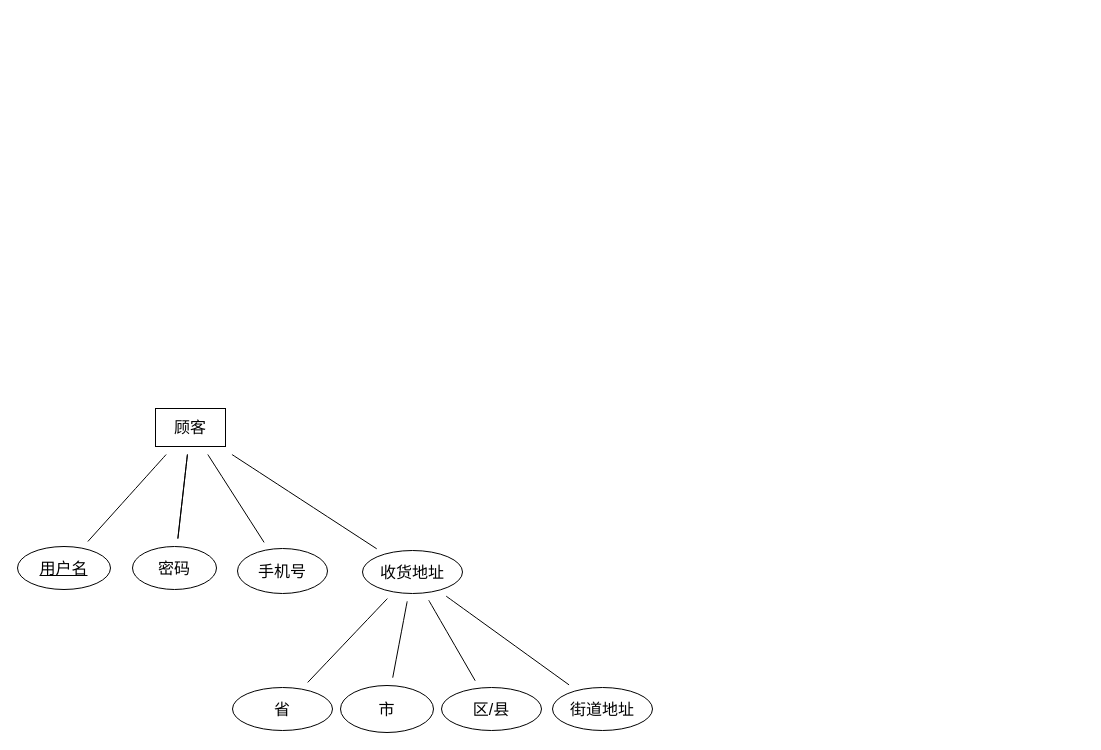
guokaichina/database-ER keeps this draw.io diagram as database-ER.drawio. Above is the earlier version. Source tidied: cells renumbered, new cells numbered last; positions are measured from the earlier drawing's top-left corner, leaving out a move shared by most shapes. Both pictures are drawn from the tidied source at 100%, with x=0, y=0 at pixel (17, 408).
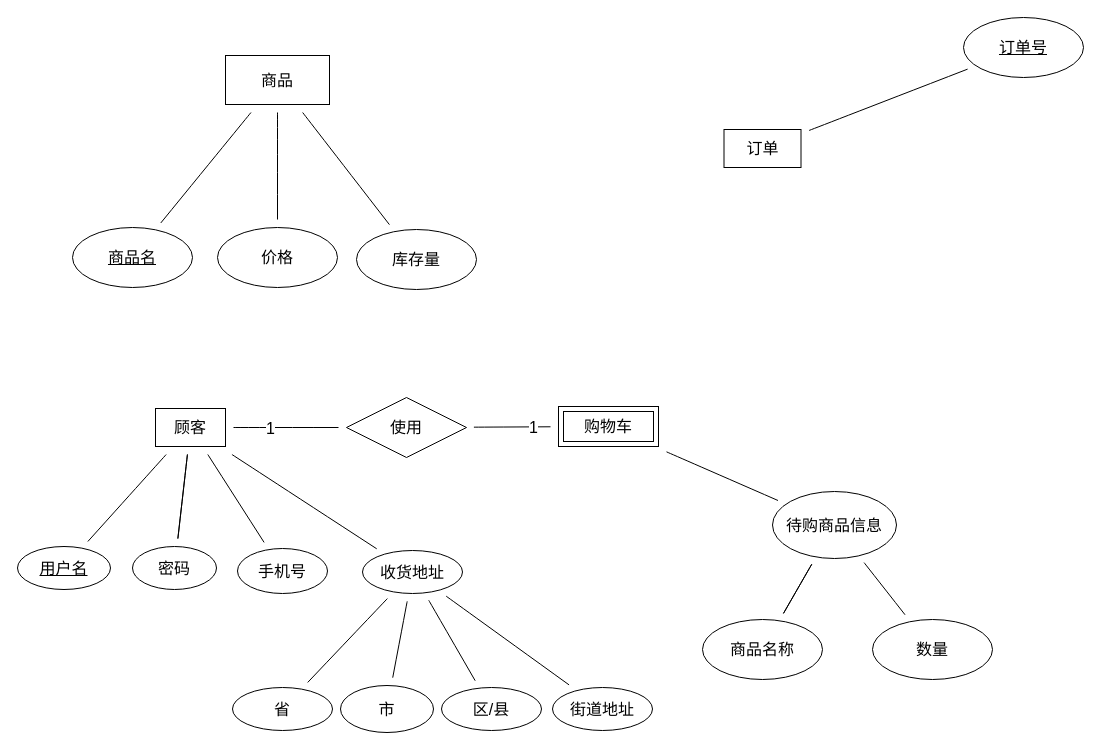
Above is the later version.

Unchanged cells that the change refers to:
```xml
<mxCell id="6" value="&lt;font style=&quot;font-size: 16px;&quot;&gt;顾客&lt;/font&gt;" style="rounded=0;whiteSpace=wrap;html=1;" parent="1" vertex="1">
  <mxGeometry x="138" width="70" height="38" as="geometry" />
</mxCell>
```

What changed in the source:
```diff
@@
+    <mxCell id="20" style="edgeStyle=none;curved=1;rounded=0;jettySize=auto;html=1;fontSize=16;endArrow=none;endFill=0;startSize=14;endSize=14;sourcePerimeterSpacing=8;targetPerimeterSpacing=8;" parent="1" edge="1" source="6" target="39">
+      <mxGeometry relative="1" as="geometry" />
+    </mxCell>
+    <mxCell id="21" value="1" style="edgeLabel;html=1;align=center;verticalAlign=middle;fontSize=16;" parent="20" vertex="1">
+      <mxGeometry x="-0.31" relative="1" as="geometry" />
+    </mxCell>
@@
+    <mxCell id="22" style="edgeStyle=none;curved=1;rounded=0;jettySize=auto;html=1;fontSize=16;endArrow=none;endFill=0;startSize=14;endSize=14;sourcePerimeterSpacing=8;targetPerimeterSpacing=8;" parent="1" edge="1" source="36" target="26">
+      <mxGeometry relative="1" as="geometry" />
+    </mxCell>
+    <mxCell id="23" style="edgeStyle=none;curved=1;rounded=0;jettySize=auto;html=1;fontSize=16;endArrow=none;endFill=0;startSize=14;endSize=14;sourcePerimeterSpacing=8;targetPerimeterSpacing=8;" parent="1" edge="1" source="26" target="32">
+      <mxGeometry relative="1" as="geometry" />
+    </mxCell>
+    <mxCell id="24" style="edgeStyle=none;curved=1;rounded=0;jettySize=auto;html=1;fontSize=16;endArrow=none;endFill=0;startSize=14;endSize=14;sourcePerimeterSpacing=8;targetPerimeterSpacing=8;" parent="1" edge="1" source="26" target="32">
+      <mxGeometry relative="1" as="geometry" />
+    </mxCell>
+    <mxCell id="25" style="edgeStyle=none;curved=1;rounded=0;jettySize=auto;html=1;fontSize=16;endArrow=none;endFill=0;startSize=14;endSize=14;sourcePerimeterSpacing=8;targetPerimeterSpacing=8;" parent="1" edge="1" source="26" target="33">
+      <mxGeometry relative="1" as="geometry" />
+    </mxCell>
+    <mxCell id="26" value="待购商品信息" style="ellipse;whiteSpace=wrap;html=1;fontSize=16;" parent="1" vertex="1">
+      <mxGeometry x="755" y="83" width="124" height="67" as="geometry" />
+    </mxCell>
+    <mxCell id="27" style="edgeStyle=none;curved=1;rounded=0;jettySize=auto;html=1;fontSize=16;endArrow=none;endFill=0;startSize=14;endSize=14;sourcePerimeterSpacing=8;targetPerimeterSpacing=8;" parent="1" edge="1" source="30" target="31">
+      <mxGeometry relative="1" as="geometry" />
+    </mxCell>
+    <mxCell id="28" style="edgeStyle=none;curved=1;rounded=0;jettySize=auto;html=1;fontSize=16;endArrow=none;endFill=0;startSize=14;endSize=14;sourcePerimeterSpacing=8;targetPerimeterSpacing=8;" parent="1" edge="1" source="30" target="34">
+      <mxGeometry relative="1" as="geometry" />
+    </mxCell>
+    <mxCell id="29" style="edgeStyle=none;curved=1;rounded=0;jettySize=auto;html=1;fontSize=16;endArrow=none;endFill=0;startSize=14;endSize=14;sourcePerimeterSpacing=8;targetPerimeterSpacing=8;" parent="1" edge="1" source="30" target="35">
+      <mxGeometry relative="1" as="geometry" />
+    </mxCell>
+    <mxCell id="30" value="商品" style="rounded=0;whiteSpace=wrap;html=1;fontSize=16;" parent="1" vertex="1">
+      <mxGeometry x="208" y="-353" width="104" height="49" as="geometry" />
+    </mxCell>
+    <mxCell id="31" value="商品名" style="ellipse;whiteSpace=wrap;html=1;fontSize=16;fontStyle=4;" parent="1" vertex="1">
+      <mxGeometry x="55" y="-181" width="120" height="60" as="geometry" />
+    </mxCell>
+    <mxCell id="32" value="商品名称" style="ellipse;whiteSpace=wrap;html=1;fontSize=16;" parent="1" vertex="1">
+      <mxGeometry x="685" y="211" width="120" height="60" as="geometry" />
+    </mxCell>
+    <mxCell id="33" value="数量" style="ellipse;whiteSpace=wrap;html=1;fontSize=16;" parent="1" vertex="1">
+      <mxGeometry x="855" y="211" width="120" height="60" as="geometry" />
+    </mxCell>
+    <mxCell id="34" value="价格" style="ellipse;whiteSpace=wrap;html=1;fontSize=16;" parent="1" vertex="1">
+      <mxGeometry x="200" y="-181" width="120" height="60" as="geometry" />
+    </mxCell>
+    <mxCell id="35" value="库存量" style="ellipse;whiteSpace=wrap;html=1;fontSize=16;" parent="1" vertex="1">
+      <mxGeometry x="339" y="-179" width="120" height="60" as="geometry" />
+    </mxCell>
+    <mxCell id="36" value="购物车" style="shape=ext;margin=3;double=1;whiteSpace=wrap;html=1;align=center;fontSize=16;fillColor=#FFFFFF;" parent="1" vertex="1">
+      <mxGeometry x="541" y="-2" width="100" height="40" as="geometry" />
+    </mxCell>
+    <mxCell id="37" style="edgeStyle=none;curved=1;rounded=0;jettySize=auto;html=1;fontSize=16;endArrow=none;endFill=0;startSize=14;endSize=14;sourcePerimeterSpacing=8;targetPerimeterSpacing=8;" parent="1" edge="1" source="39" target="36">
+      <mxGeometry relative="1" as="geometry" />
+    </mxCell>
+    <mxCell id="38" value="1" style="edgeLabel;html=1;align=center;verticalAlign=middle;fontSize=16;" parent="37" vertex="1">
+      <mxGeometry x="0.53" relative="1" as="geometry" />
+    </mxCell>
+    <mxCell id="39" value="使用" style="shape=rhombus;perimeter=rhombusPerimeter;whiteSpace=wrap;html=1;align=center;fontSize=16;fillColor=#FFFFFF;" parent="1" vertex="1">
+      <mxGeometry x="329" y="-11" width="120" height="60" as="geometry" />
+    </mxCell>
+    <mxCell id="40" style="edgeStyle=none;curved=1;rounded=0;jettySize=auto;html=1;fontSize=16;endArrow=none;endFill=0;startSize=14;endSize=14;sourcePerimeterSpacing=8;targetPerimeterSpacing=8;" parent="1" edge="1" source="41" target="42">
+      <mxGeometry relative="1" as="geometry" />
+    </mxCell>
+    <mxCell id="41" value="订单" style="rounded=0;whiteSpace=wrap;html=1;fontSize=16;fillColor=#FFFFFF;" parent="1" vertex="1">
+      <mxGeometry x="706.5" y="-279" width="77" height="38" as="geometry" />
+    </mxCell>
+    <mxCell id="42" value="&lt;u&gt;订单号&lt;/u&gt;" style="ellipse;whiteSpace=wrap;html=1;fontSize=16;fillColor=#FFFFFF;" parent="1" vertex="1">
+      <mxGeometry x="946" y="-391" width="120" height="60" as="geometry" />
+    </mxCell>
```
